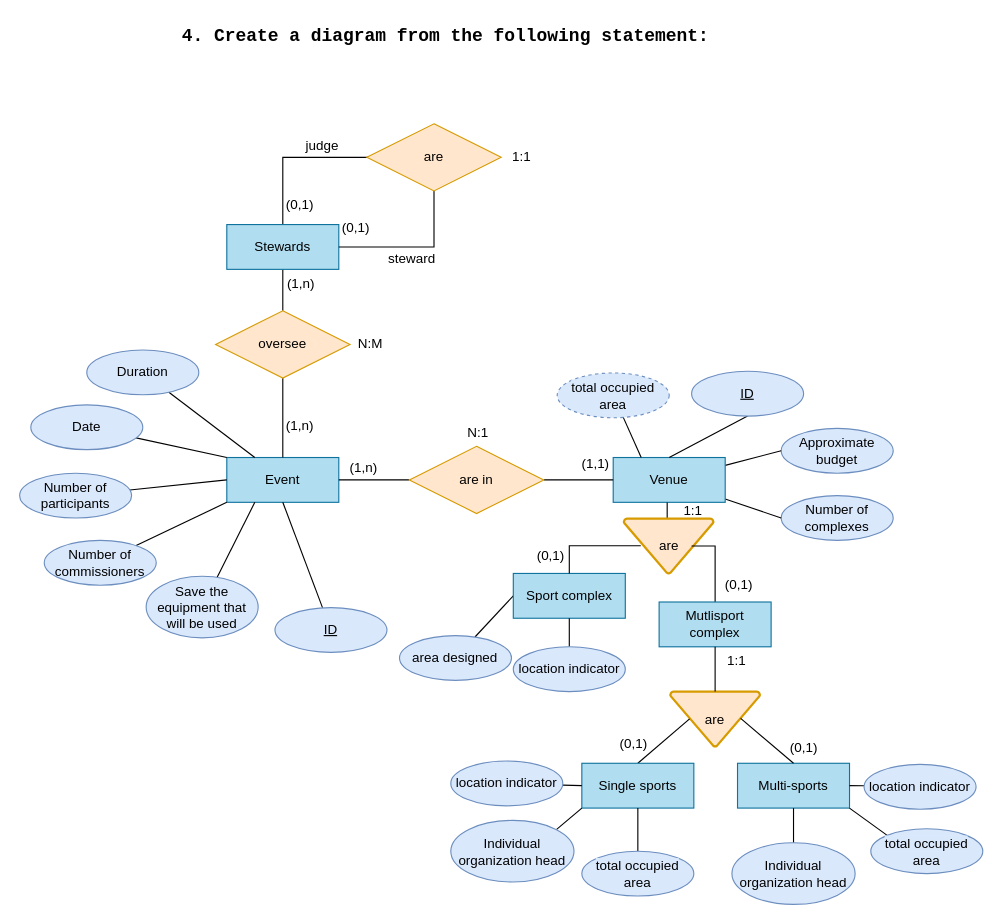
Maek0s/1DAM_Databases keeps this draw.io diagram as page "Exercise 4" (4 of 4) of Task4EER_MarcosZahonero.drawio. Above is the earlier version. Source tidied: cells renumbered, new cells numbered last; positions are measured from the earlier drawing's top-left corner, leaving out a move shared by most shapes. Both pictures are drawn from the tidied source at 112%, with x=0, y=0 at pixel (19, 19).
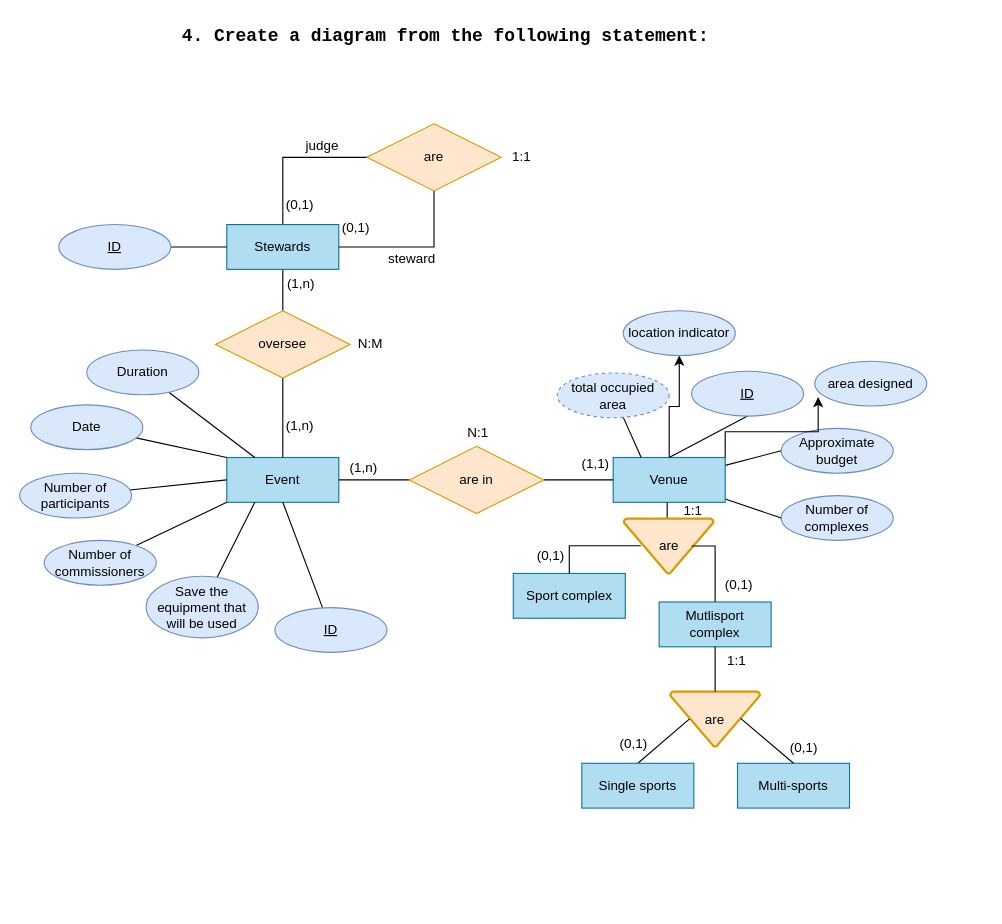
The same page after the edit.

Unchanged cells that the change refers to:
```xml
<mxCell id="18" value="Stewards" style="whiteSpace=wrap;html=1;align=center;fillColor=#b1ddf0;strokeColor=#10739e;" parent="1" vertex="1">
  <mxGeometry x="185" y="183" width="100" height="40" as="geometry" />
</mxCell>
<mxCell id="21" value="Venue" style="whiteSpace=wrap;html=1;align=center;fillColor=#b1ddf0;strokeColor=#10739e;" parent="1" vertex="1">
  <mxGeometry x="530" y="391" width="100" height="40" as="geometry" />
</mxCell>
<mxCell id="27" value="Single sports" style="whiteSpace=wrap;html=1;align=center;fillColor=#b1ddf0;strokeColor=#10739e;" parent="1" vertex="1">
  <mxGeometry x="502" y="664" width="100" height="40" as="geometry" />
</mxCell>
<mxCell id="28" value="Multi-sports" style="whiteSpace=wrap;html=1;align=center;fillColor=#b1ddf0;strokeColor=#10739e;" parent="1" vertex="1">
  <mxGeometry x="641" y="664" width="100" height="40" as="geometry" />
</mxCell>
<mxCell id="58" value="Sport complex" style="whiteSpace=wrap;html=1;align=center;fillColor=#b1ddf0;strokeColor=#10739e;" parent="1" vertex="1">
  <mxGeometry x="440.8" y="494.5" width="100" height="40" as="geometry" />
</mxCell>
```

Diff of the diagram source:
```diff
@@
+    <mxCell id="80" style="edgeStyle=orthogonalEdgeStyle;rounded=0;jettySize=auto;html=1;entryX=0.5;entryY=1;entryDx=0;entryDy=0;" parent="1" edge="1" source="21" target="63">
+      <mxGeometry relative="1" as="geometry" />
+    </mxCell>
@@
-    <mxCell id="36" style="rounded=0;jettySize=auto;html=1;entryX=0;entryY=0.5;entryDx=0;entryDy=0;endArrow=none;endFill=0;" parent="1" edge="1" source="37" target="58">
-      <mxGeometry relative="1" as="geometry" />
-    </mxCell>
     <mxCell id="37" value="area designed" style="ellipse;whiteSpace=wrap;html=1;align=center;fillColor=#dae8fc;strokeColor=#6c8ebf;" parent="1" vertex="1">
-      <mxGeometry x="339.2" y="550" width="100" height="40" as="geometry" />
+      <mxGeometry x="710" y="305" width="100" height="40" as="geometry" />
     </mxCell>
-    <mxCell id="38" style="rounded=0;jettySize=auto;html=1;exitX=0;exitY=0.476;exitDx=0;exitDy=0;entryX=1;entryY=0.5;entryDx=0;entryDy=0;endArrow=none;endFill=0;exitPerimeter=0;" parent="1" edge="1" source="68" target="28">
-      <mxGeometry relative="1" as="geometry" />
-    </mxCell>
@@
-    <mxCell id="62" style="rounded=0;jettySize=auto;html=1;entryX=0.5;entryY=1;entryDx=0;entryDy=0;endArrow=none;endFill=0;" parent="1" edge="1" source="63" target="58">
-      <mxGeometry relative="1" as="geometry" />
-    </mxCell>
     <mxCell id="63" value="location indicator" style="ellipse;whiteSpace=wrap;html=1;align=center;fillColor=#dae8fc;strokeColor=#6c8ebf;" parent="1" vertex="1">
-      <mxGeometry x="440.8" y="560" width="100" height="40" as="geometry" />
+      <mxGeometry x="539" y="260" width="100" height="40" as="geometry" />
     </mxCell>
-    <mxCell id="64" style="rounded=0;jettySize=auto;html=1;entryX=0;entryY=0.5;entryDx=0;entryDy=0;endArrow=none;endFill=0;" parent="1" edge="1" source="65" target="27">
-      <mxGeometry relative="1" as="geometry" />
-    </mxCell>
-    <mxCell id="65" value="location indicator" style="ellipse;whiteSpace=wrap;html=1;align=center;fillColor=#dae8fc;strokeColor=#6c8ebf;" parent="1" vertex="1">
-      <mxGeometry x="385" y="662" width="100" height="40" as="geometry" />
-    </mxCell>
-    <mxCell id="66" style="rounded=0;jettySize=auto;html=1;exitX=1;exitY=0;exitDx=0;exitDy=0;entryX=0;entryY=1;entryDx=0;entryDy=0;endArrow=none;endFill=0;" parent="1" edge="1" source="67" target="27">
-      <mxGeometry relative="1" as="geometry" />
-    </mxCell>
-    <mxCell id="67" value="Individual organization head" style="ellipse;whiteSpace=wrap;html=1;align=center;fillColor=#dae8fc;strokeColor=#6c8ebf;" parent="1" vertex="1">
-      <mxGeometry x="385" y="715" width="110" height="55" as="geometry" />
-    </mxCell>
-    <mxCell id="68" value="location indicator" style="ellipse;whiteSpace=wrap;html=1;align=center;fillColor=#dae8fc;strokeColor=#6c8ebf;" parent="1" vertex="1">
-      <mxGeometry x="754" y="665" width="100" height="40" as="geometry" />
-    </mxCell>
-    <mxCell id="69" style="rounded=0;jettySize=auto;html=1;entryX=0.5;entryY=1;entryDx=0;entryDy=0;endArrow=none;endFill=0;" parent="1" edge="1" source="70" target="28">
-      <mxGeometry relative="1" as="geometry" />
-    </mxCell>
-    <mxCell id="70" value="Individual organization head" style="ellipse;whiteSpace=wrap;html=1;align=center;fillColor=#dae8fc;strokeColor=#6c8ebf;" parent="1" vertex="1">
-      <mxGeometry x="636" y="735" width="110" height="55" as="geometry" />
-    </mxCell>
-    <mxCell id="71" style="rounded=0;jettySize=auto;html=1;exitX=0;exitY=0;exitDx=0;exitDy=0;entryX=1;entryY=1;entryDx=0;entryDy=0;endArrow=none;endFill=0;" parent="1" edge="1" source="72" target="28">
-      <mxGeometry relative="1" as="geometry" />
-    </mxCell>
-    <mxCell id="72" value="&lt;span style=&quot;color: rgb(0, 0, 0); font-family: Helvetica; font-size: 12px; font-style: normal; font-variant-ligatures: normal; font-variant-caps: normal; font-weight: 400; letter-spacing: normal; orphans: 2; text-align: center; text-indent: 0px; text-transform: none; widows: 2; word-spacing: 0px; -webkit-text-stroke-width: 0px; background-color: rgb(218, 232, 252); text-decoration-thickness: initial; text-decoration-style: initial; text-decoration-color: initial; float: none; display: inline !important;&quot;&gt;total occupied area&lt;/span&gt;" style="ellipse;whiteSpace=wrap;html=1;align=center;fillColor=#dae8fc;strokeColor=#6c8ebf;" parent="1" vertex="1">
-      <mxGeometry x="760" y="722.5" width="100" height="40" as="geometry" />
-    </mxCell>
-    <mxCell id="73" style="rounded=0;jettySize=auto;html=1;entryX=0.5;entryY=1;entryDx=0;entryDy=0;endArrow=none;endFill=0;" parent="1" edge="1" source="74" target="27">
-      <mxGeometry relative="1" as="geometry" />
-    </mxCell>
-    <mxCell id="74" value="&lt;span style=&quot;color: rgb(0, 0, 0); font-family: Helvetica; font-size: 12px; font-style: normal; font-variant-ligatures: normal; font-variant-caps: normal; font-weight: 400; letter-spacing: normal; orphans: 2; text-align: center; text-indent: 0px; text-transform: none; widows: 2; word-spacing: 0px; -webkit-text-stroke-width: 0px; background-color: rgb(218, 232, 252); text-decoration-thickness: initial; text-decoration-style: initial; text-decoration-color: initial; float: none; display: inline !important;&quot;&gt;total occupied area&lt;/span&gt;" style="ellipse;whiteSpace=wrap;html=1;align=center;fillColor=#dae8fc;strokeColor=#6c8ebf;" parent="1" vertex="1">
-      <mxGeometry x="502" y="742.5" width="100" height="40" as="geometry" />
-    </mxCell>
@@
+    <mxCell id="81" style="edgeStyle=orthogonalEdgeStyle;rounded=0;jettySize=auto;html=1;entryX=0;entryY=0.5;entryDx=0;entryDy=0;endArrow=none;endFill=0;" parent="1" edge="1" source="82" target="18">
+      <mxGeometry relative="1" as="geometry" />
+    </mxCell>
+    <mxCell id="82" value="ID" style="ellipse;whiteSpace=wrap;html=1;align=center;fontStyle=4;fillColor=#dae8fc;strokeColor=#6c8ebf;" parent="1" vertex="1">
+      <mxGeometry x="35" y="183" width="100" height="40" as="geometry" />
+    </mxCell>
+    <mxCell id="83" style="edgeStyle=orthogonalEdgeStyle;rounded=0;jettySize=auto;html=1;exitX=1;exitY=0;exitDx=0;exitDy=0;entryX=0.03;entryY=0.8;entryDx=0;entryDy=0;entryPerimeter=0;" parent="1" edge="1" source="21" target="37">
+      <mxGeometry relative="1" as="geometry" />
+    </mxCell>
```
